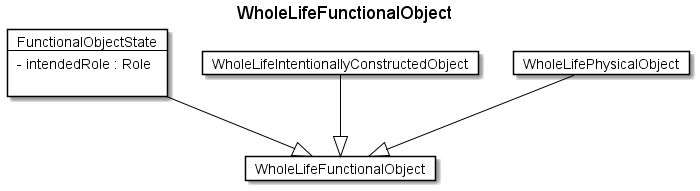
Earlier version of the PlantUML export fragments/diagrams/WholeLifeFunctionalObject.png (rtigran/rdf2adoc). The source it was exported from:
```plantuml
@startuml
Title WholeLifeFunctionalObject

Card WholeLifeFunctionalObject #fff [
WholeLifeFunctionalObject
]
Card FunctionalObjectState #fff [
FunctionalObjectState
----
- intendedRole : Role

]
FunctionalObjectState --|> WholeLifeFunctionalObject  #000
Card WholeLifeIntentionallyConstructedObject #fff [
WholeLifeIntentionallyConstructedObject
]
WholeLifeIntentionallyConstructedObject --|> WholeLifeFunctionalObject  #000
Card WholeLifePhysicalObject #fff [
WholeLifePhysicalObject
]
WholeLifePhysicalObject --|> WholeLifeFunctionalObject  #000
@enduml
```
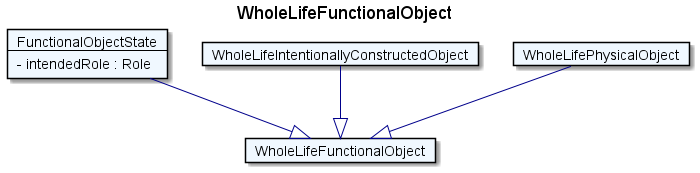
After the commit.

Change to the diagram source:
```diff
@@ -1,22 +1,21 @@
 @startuml
 Title WholeLifeFunctionalObject
 
-Card WholeLifeFunctionalObject #fff [
+Card WholeLifeFunctionalObject #F0F8FF [
 WholeLifeFunctionalObject
 ]
-Card FunctionalObjectState #fff [
+Card FunctionalObjectState #F0F8FF [
 FunctionalObjectState
 ----
 - intendedRole : Role
-
 ]
-FunctionalObjectState --|> WholeLifeFunctionalObject  #000
-Card WholeLifeIntentionallyConstructedObject #fff [
+FunctionalObjectState --|> WholeLifeFunctionalObject  #00008B
+Card WholeLifeIntentionallyConstructedObject #F0F8FF [
 WholeLifeIntentionallyConstructedObject
 ]
-WholeLifeIntentionallyConstructedObject --|> WholeLifeFunctionalObject  #000
-Card WholeLifePhysicalObject #fff [
+WholeLifeIntentionallyConstructedObject --|> WholeLifeFunctionalObject  #00008B
+Card WholeLifePhysicalObject #F0F8FF [
 WholeLifePhysicalObject
 ]
-WholeLifePhysicalObject --|> WholeLifeFunctionalObject  #000
+WholeLifePhysicalObject --|> WholeLifeFunctionalObject  #00008B
 @enduml
```
